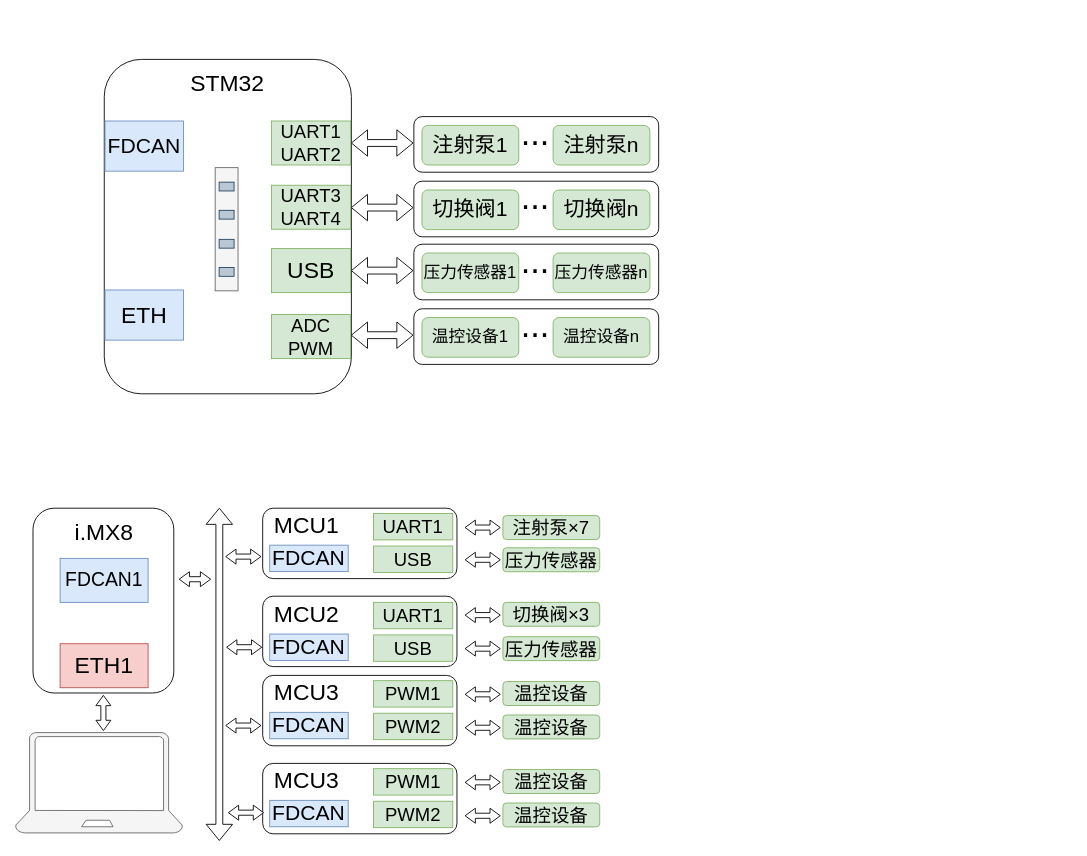
madao101/draw keeps this draw.io diagram as 第六章绘图.drawio. Above is the earlier version. Source tidied: cells renumbered, new cells numbered last; positions are measured from the earlier drawing's top-left corner, leaving out a move shared by most shapes. Both pictures are drawn from the tidied source at 88%, with x=0, y=0 at pixel (15, 59).
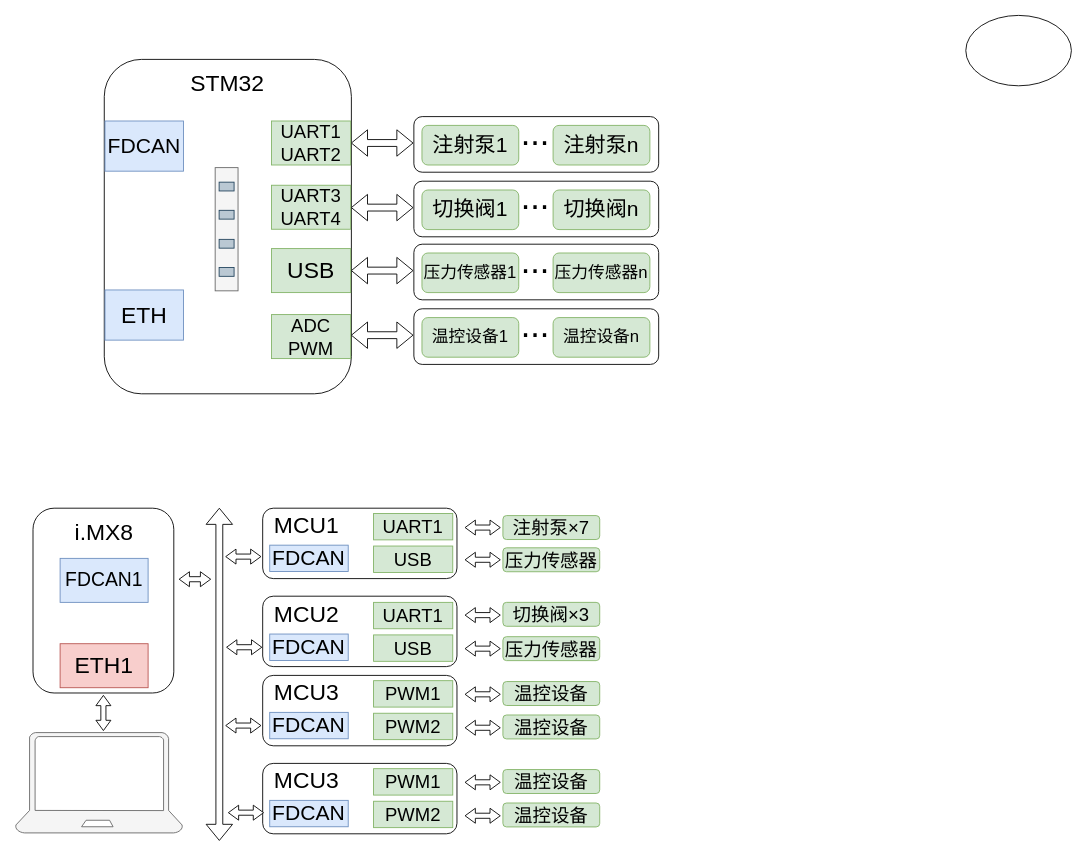
Above is the later version.

Commit message:
更新第六章绘图.drawio

Diff of the diagram source:
```diff
@@
+    <mxCell id="85" style="ellipse;whiteSpace=wrap;html=1;" parent="1" vertex="1">
+      <mxGeometry x="1080" y="-50" width="120" height="80" as="geometry" />
+    </mxCell>
```
